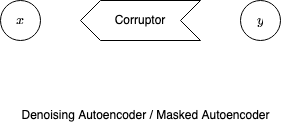
Before: machine_learning/diagrams/denoising_or_masked_autoencoder.drawio.png, a diagram exported from draw.io (analytiq-hub/sigagent.github.io). Source tidied: cells renumbered, new cells last; positions are measured from the earlier drawing's top-left corner, leaving out a move shared by most shapes.
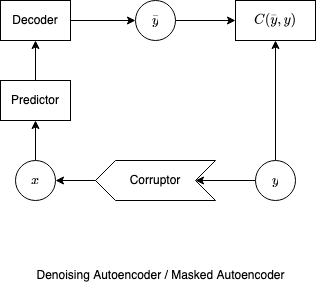
Above is the later version.

The edit, as a diff of the source:
```diff
@@ -5,14 +5,47 @@
     <mxCell id="2" value="Denoising Autoencoder / Masked Autoencoder" style="text;html=1;align=center;verticalAlign=middle;strokeColor=none;fillColor=none;" parent="1" vertex="1">
       <mxGeometry x="10" y="100" width="270" height="30" as="geometry" />
     </mxCell>
+    <mxCell id="6" style="edgeStyle=orthogonalEdgeStyle;rounded=0;jettySize=auto;html=1;exitX=0;exitY=0.5;exitDx=0;exitDy=0;" parent="1" edge="1" source="3" target="4">
+      <mxGeometry relative="1" as="geometry" />
+    </mxCell>
+    <mxCell id="7" style="edgeStyle=orthogonalEdgeStyle;rounded=0;jettySize=auto;html=1;exitX=0.5;exitY=0;exitDx=0;exitDy=0;entryX=0.5;entryY=1;entryDx=0;entryDy=0;" parent="1" edge="1" source="3" target="16">
+      <mxGeometry relative="1" as="geometry" />
+    </mxCell>
     <mxCell id="3" value="$$y$$" style="ellipse;whiteSpace=wrap;html=1;" parent="1" vertex="1">
       <mxGeometry x="240" width="40" height="40" as="geometry" />
     </mxCell>
+    <mxCell id="8" style="edgeStyle=orthogonalEdgeStyle;rounded=0;jettySize=auto;html=1;exitX=1;exitY=0.5;exitDx=0;exitDy=0;entryX=1;entryY=0.5;entryDx=0;entryDy=0;" parent="1" edge="1" source="4" target="5">
+      <mxGeometry relative="1" as="geometry" />
+    </mxCell>
     <mxCell id="4" value="Corruptor" style="shape=step;perimeter=stepPerimeter;whiteSpace=wrap;html=1;fixedSize=1;direction=west;" parent="1" vertex="1">
       <mxGeometry x="80" width="120" height="40" as="geometry" />
     </mxCell>
+    <mxCell id="9" style="edgeStyle=orthogonalEdgeStyle;rounded=0;jettySize=auto;html=1;entryX=0.5;entryY=1;entryDx=0;entryDy=0;" parent="1" edge="1" source="5" target="11">
+      <mxGeometry relative="1" as="geometry" />
+    </mxCell>
     <mxCell id="5" value="$$x$$" style="ellipse;whiteSpace=wrap;html=1;" parent="1" vertex="1">
       <mxGeometry width="40" height="40" as="geometry" />
     </mxCell>
+    <mxCell id="10" style="edgeStyle=orthogonalEdgeStyle;rounded=0;jettySize=auto;html=1;exitX=0.5;exitY=0;exitDx=0;exitDy=0;entryX=0.5;entryY=1;entryDx=0;entryDy=0;" parent="1" edge="1" source="11" target="13">
+      <mxGeometry relative="1" as="geometry" />
+    </mxCell>
+    <mxCell id="11" value="Predictor" style="rounded=0;whiteSpace=wrap;html=1;" parent="1" vertex="1">
+      <mxGeometry x="-15" y="-80" width="70" height="40" as="geometry" />
+    </mxCell>
+    <mxCell id="12" style="edgeStyle=orthogonalEdgeStyle;rounded=0;jettySize=auto;html=1;exitX=1;exitY=0.5;exitDx=0;exitDy=0;entryX=0;entryY=0.5;entryDx=0;entryDy=0;" parent="1" edge="1" source="13" target="15">
+      <mxGeometry relative="1" as="geometry" />
+    </mxCell>
+    <mxCell id="13" value="Decoder" style="rounded=0;whiteSpace=wrap;html=1;" parent="1" vertex="1">
+      <mxGeometry x="-15" y="-160" width="70" height="40" as="geometry" />
+    </mxCell>
+    <mxCell id="14" style="edgeStyle=orthogonalEdgeStyle;rounded=0;jettySize=auto;html=1;exitX=1;exitY=0.5;exitDx=0;exitDy=0;entryX=0;entryY=0.5;entryDx=0;entryDy=0;" parent="1" edge="1" source="15" target="16">
+      <mxGeometry relative="1" as="geometry" />
+    </mxCell>
+    <mxCell id="15" value="&lt;div&gt;$$\overset{\_}{y}$$&lt;/div&gt;" style="ellipse;whiteSpace=wrap;html=1;" parent="1" vertex="1">
+      <mxGeometry x="120" y="-160" width="40" height="40" as="geometry" />
+    </mxCell>
+    <mxCell id="16" value="$$C(\overset{\_}{y},y)$$" style="rounded=0;whiteSpace=wrap;html=1;" parent="1" vertex="1">
+      <mxGeometry x="220" y="-160" width="80" height="40" as="geometry" />
+    </mxCell>
   </root>
 </mxGraphModel>
```
